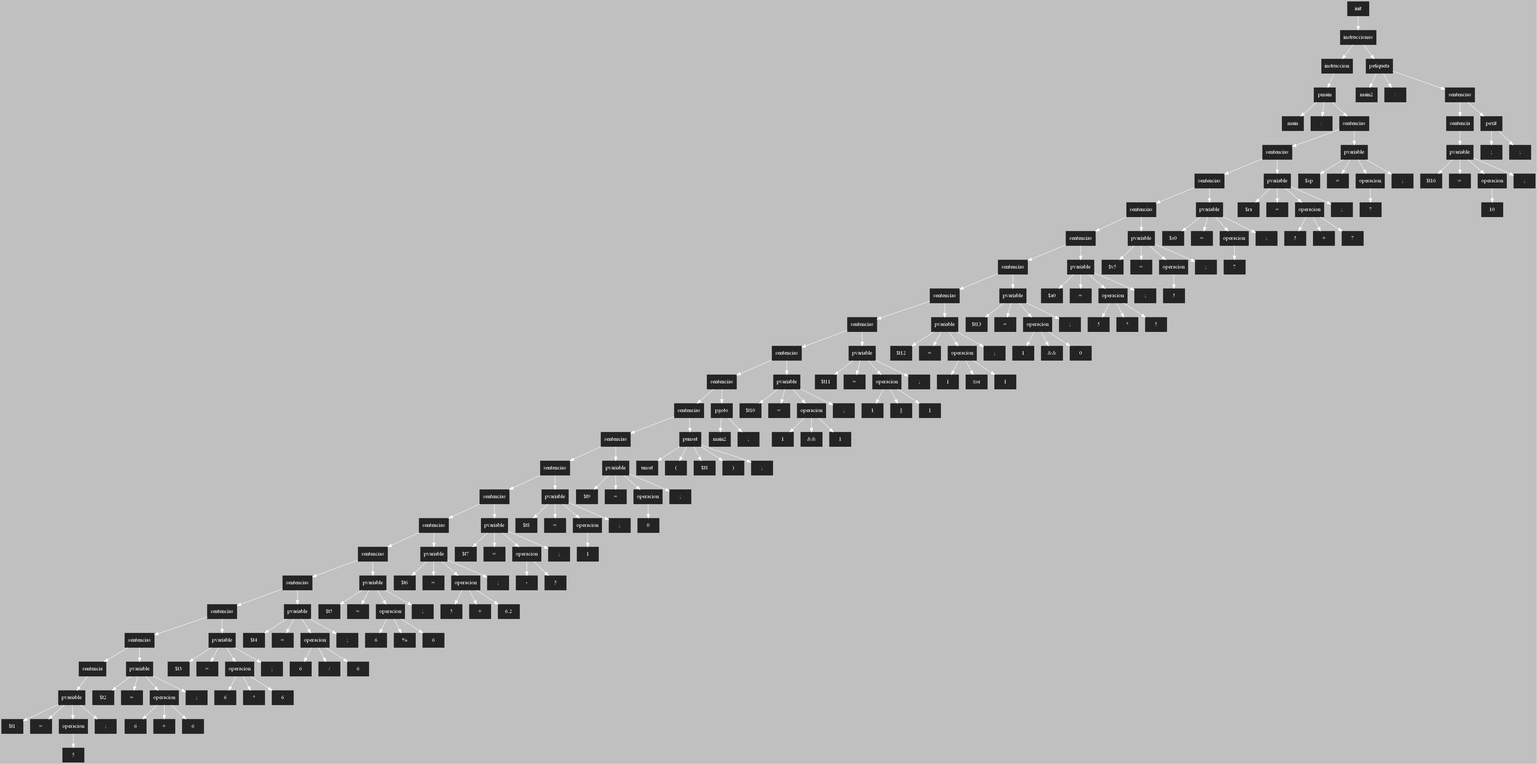
Above: ASPAscendente.png in AndreeAvalos/OLC2-AUGUS (Graphviz), before the change. Its source is kept beside it as ASPAscendente.dot.
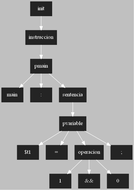
Above is the later version.

Change to the diagram source:
```diff
@@ -3,364 +3,15 @@
  [shape=box, style=filled, color=gray14]
  rankdir=UD
  edge[color=white, dir=fordware]
-180[style = "filled" ; label = "init"]
-179[style = "filled" ; label = "instrucciones"]
-164[style = "filled" ; label = "instruccion"]
-161[style = "filled" ; label = "pmain"]
-162[style = "filled" ; label = "main"]
-163[style = "filled" ; label = ":"]
-160[style = "filled" ; label = "sentencias"]
-153[style = "filled" ; label = "sentencias"]
-144[style = "filled" ; label = "sentencias"]
-137[style = "filled" ; label = "sentencias"]
-130[style = "filled" ; label = "sentencias"]
-121[style = "filled" ; label = "sentencias"]
-112[style = "filled" ; label = "sentencias"]
-103[style = "filled" ; label = "sentencias"]
-94[style = "filled" ; label = "sentencias"]
-85[style = "filled" ; label = "sentencias"]
-81[style = "filled" ; label = "sentencias"]
-74[style = "filled" ; label = "sentencias"]
-67[style = "filled" ; label = "sentencias"]
-60[style = "filled" ; label = "sentencias"]
-52[style = "filled" ; label = "sentencias"]
-43[style = "filled" ; label = "sentencias"]
-34[style = "filled" ; label = "sentencias"]
-25[style = "filled" ; label = "sentencias"]
-16[style = "filled" ; label = "sentencias"]
-7[style = "filled" ; label = "sentencia"]
-3[style = "filled" ; label = "pvariable"]
-4[style = "filled" ; label = "$t1"]
-5[style = "filled" ; label = "="]
-2[style = "filled" ; label = "operacion"]
-1[style = "filled" ; label = "5"]
-6[style = "filled" ; label = ";"]
-12[style = "filled" ; label = "pvariable"]
-13[style = "filled" ; label = "$t2"]
-14[style = "filled" ; label = "="]
-10[style = "filled" ; label = "operacion"]
-8[style = "filled" ; label = "6"]
-11[style = "filled" ; label = "+"]
-9[style = "filled" ; label = "6"]
-15[style = "filled" ; label = ";"]
-21[style = "filled" ; label = "pvariable"]
-22[style = "filled" ; label = "$t3"]
-23[style = "filled" ; label = "="]
-19[style = "filled" ; label = "operacion"]
-17[style = "filled" ; label = "6"]
-20[style = "filled" ; label = "*"]
-18[style = "filled" ; label = "6"]
-24[style = "filled" ; label = ";"]
-30[style = "filled" ; label = "pvariable"]
-31[style = "filled" ; label = "$t4"]
-32[style = "filled" ; label = "="]
-28[style = "filled" ; label = "operacion"]
-26[style = "filled" ; label = "6"]
-29[style = "filled" ; label = "/"]
-27[style = "filled" ; label = "6"]
-33[style = "filled" ; label = ";"]
-39[style = "filled" ; label = "pvariable"]
-40[style = "filled" ; label = "$t5"]
-41[style = "filled" ; label = "="]
-37[style = "filled" ; label = "operacion"]
-35[style = "filled" ; label = "6"]
-38[style = "filled" ; label = "%"]
-36[style = "filled" ; label = "6"]
-42[style = "filled" ; label = ";"]
-48[style = "filled" ; label = "pvariable"]
-49[style = "filled" ; label = "$t6"]
-50[style = "filled" ; label = "="]
-46[style = "filled" ; label = "operacion"]
-44[style = "filled" ; label = "5"]
-47[style = "filled" ; label = "+"]
-45[style = "filled" ; label = "6.2"]
-51[style = "filled" ; label = ";"]
-56[style = "filled" ; label = "pvariable"]
-57[style = "filled" ; label = "$t7"]
-58[style = "filled" ; label = "="]
-54[style = "filled" ; label = "operacion"]
-55[style = "filled" ; label = "-"]
-53[style = "filled" ; label = "5"]
-59[style = "filled" ; label = ";"]
-63[style = "filled" ; label = "pvariable"]
-64[style = "filled" ; label = "$t8"]
-65[style = "filled" ; label = "="]
-62[style = "filled" ; label = "operacion"]
-61[style = "filled" ; label = "1"]
-66[style = "filled" ; label = ";"]
-70[style = "filled" ; label = "pvariable"]
-71[style = "filled" ; label = "$t9"]
-72[style = "filled" ; label = "="]
-69[style = "filled" ; label = "operacion"]
-68[style = "filled" ; label = "0"]
-73[style = "filled" ; label = ";"]
-75[style = "filled" ; label = "punset"]
-76[style = "filled" ; label = "unset"]
-77[style = "filled" ; label = "("]
-78[style = "filled" ; label = "$t8"]
-79[style = "filled" ; label = ")"]
-80[style = "filled" ; label = ";"]
-82[style = "filled" ; label = "pgoto"]
-83[style = "filled" ; label = "main2"]
-84[style = "filled" ; label = ";"]
-90[style = "filled" ; label = "pvariable"]
-91[style = "filled" ; label = "$t10"]
-92[style = "filled" ; label = "="]
-88[style = "filled" ; label = "operacion"]
-86[style = "filled" ; label = "1"]
-89[style = "filled" ; label = "&&"]
-87[style = "filled" ; label = "1"]
-93[style = "filled" ; label = ";"]
-99[style = "filled" ; label = "pvariable"]
-100[style = "filled" ; label = "$t11"]
-101[style = "filled" ; label = "="]
-97[style = "filled" ; label = "operacion"]
-95[style = "filled" ; label = "1"]
-98[style = "filled" ; label = "||"]
-96[style = "filled" ; label = "1"]
-102[style = "filled" ; label = ";"]
-108[style = "filled" ; label = "pvariable"]
-109[style = "filled" ; label = "$t12"]
-110[style = "filled" ; label = "="]
-106[style = "filled" ; label = "operacion"]
-104[style = "filled" ; label = "1"]
-107[style = "filled" ; label = "xor"]
-105[style = "filled" ; label = "1"]
-111[style = "filled" ; label = ";"]
-117[style = "filled" ; label = "pvariable"]
-118[style = "filled" ; label = "$t13"]
-119[style = "filled" ; label = "="]
-115[style = "filled" ; label = "operacion"]
-113[style = "filled" ; label = "1"]
-116[style = "filled" ; label = "&&"]
-114[style = "filled" ; label = "0"]
-120[style = "filled" ; label = ";"]
-126[style = "filled" ; label = "pvariable"]
-127[style = "filled" ; label = "$a0"]
-128[style = "filled" ; label = "="]
-124[style = "filled" ; label = "operacion"]
-122[style = "filled" ; label = "5"]
-125[style = "filled" ; label = "*"]
-123[style = "filled" ; label = "5"]
-129[style = "filled" ; label = ";"]
-133[style = "filled" ; label = "pvariable"]
-134[style = "filled" ; label = "$v5"]
-135[style = "filled" ; label = "="]
-132[style = "filled" ; label = "operacion"]
-131[style = "filled" ; label = "5"]
-136[style = "filled" ; label = ";"]
-140[style = "filled" ; label = "pvariable"]
-141[style = "filled" ; label = "$s0"]
-142[style = "filled" ; label = "="]
-139[style = "filled" ; label = "operacion"]
-138[style = "filled" ; label = "7"]
-143[style = "filled" ; label = ";"]
-149[style = "filled" ; label = "pvariable"]
-150[style = "filled" ; label = "$ra"]
-151[style = "filled" ; label = "="]
-147[style = "filled" ; label = "operacion"]
-145[style = "filled" ; label = "5"]
-148[style = "filled" ; label = "+"]
-146[style = "filled" ; label = "7"]
-152[style = "filled" ; label = ";"]
-156[style = "filled" ; label = "pvariable"]
-157[style = "filled" ; label = "$sp"]
-158[style = "filled" ; label = "="]
-155[style = "filled" ; label = "operacion"]
-154[style = "filled" ; label = "7"]
-159[style = "filled" ; label = ";"]
-176[style = "filled" ; label = "petiqueta"]
-177[style = "filled" ; label = "main2"]
-178[style = "filled" ; label = ":"]
-175[style = "filled" ; label = "sentencias"]
-171[style = "filled" ; label = "sentencia"]
-167[style = "filled" ; label = "pvariable"]
-168[style = "filled" ; label = "$t16"]
-169[style = "filled" ; label = "="]
-166[style = "filled" ; label = "operacion"]
-165[style = "filled" ; label = "10"]
-170[style = "filled" ; label = ";"]
-172[style = "filled" ; label = "pexit"]
-173[style = "filled" ; label = ";"]
-174[style = "filled" ; label = ";"]
-180->179;
-179->164;
-164->161;
-161->162;
-161->163;
-161->160;
-160->153;
-153->144;
-144->137;
-137->130;
-130->121;
-121->112;
-112->103;
-103->94;
-94->85;
-85->81;
-81->74;
-74->67;
-67->60;
-60->52;
-52->43;
-43->34;
-34->25;
-25->16;
-16->7;
-7->3;
-3->4;
-3->5;
-3->2;
-2->1;
-3->6;
-16->12;
-12->13;
-12->14;
-12->10;
-10->8;
-10->11;
-10->9;
-12->15;
-25->21;
-21->22;
-21->23;
-21->19;
-19->17;
-19->20;
-19->18;
-21->24;
-34->30;
-30->31;
-30->32;
-30->28;
-28->26;
-28->29;
-28->27;
-30->33;
-43->39;
-39->40;
-39->41;
-39->37;
-37->35;
-37->38;
-37->36;
-39->42;
-52->48;
-48->49;
-48->50;
-48->46;
-46->44;
-46->47;
-46->45;
-48->51;
-60->56;
-56->57;
-56->58;
-56->54;
-54->55;
-54->53;
-56->59;
-67->63;
-63->64;
-63->65;
-63->62;
-62->61;
-63->66;
-74->70;
-70->71;
-70->72;
-70->69;
-69->68;
-70->73;
-81->75;
-75->76;
-75->77;
-75->78;
-75->79;
-75->80;
-85->82;
-82->83;
-82->84;
-94->90;
-90->91;
-90->92;
-90->88;
-88->86;
-88->89;
-88->87;
-90->93;
-103->99;
-99->100;
-99->101;
-99->97;
-97->95;
-97->98;
-97->96;
-99->102;
-112->108;
-108->109;
-108->110;
-108->106;
-106->104;
-106->107;
-106->105;
-108->111;
-121->117;
-117->118;
-117->119;
-117->115;
-115->113;
-115->116;
-115->114;
-117->120;
-130->126;
-126->127;
-126->128;
-126->124;
-124->122;
-124->125;
-124->123;
-126->129;
-137->133;
-133->134;
-133->135;
-133->132;
-132->131;
-133->136;
-144->140;
-140->141;
-140->142;
-140->139;
-139->138;
-140->143;
-153->149;
-149->150;
-149->151;
-149->147;
-147->145;
-147->148;
-147->146;
-149->152;
-160->156;
-156->157;
-156->158;
-156->155;
-155->154;
-156->159;
-179->176;
-176->177;
-176->178;
-176->175;
-175->171;
-171->167;
-167->168;
-167->169;
-167->166;
-166->165;
-167->170;
-175->172;
-172->173;
-172->174;
-
-}
+27[style = "filled" ; label = "init"]
+26[style = "filled" ; label = "instruccion"]
+23[style = "filled" ; label = "pmain"]
+24[style = "filled" ; label = "main"]
+25[style = "filled" ; label = ":"]
+22[style = "filled" ; label = "sentencia"]
+18[style = "filled" ; label = "pvariable"]
+19[style = "filled" ; label = "$t1"]
+20[style = "filled" ; label = "="]
+16[style = "filled" ; label = "operacion"]
+15[style = "filled" ; label = "1"]
+17[style = "filled" ; label = "&&"]
```
